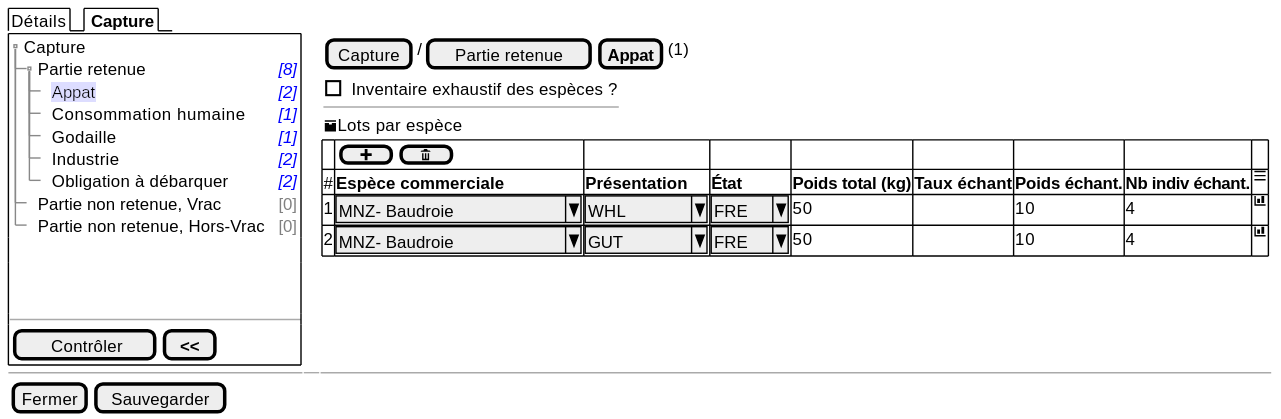
Earlier version of the PlantUML export projects/obsmer/spe/images/batch/batch-tree-PR-BAI.svg (sumaris-net/sumaris-doc).
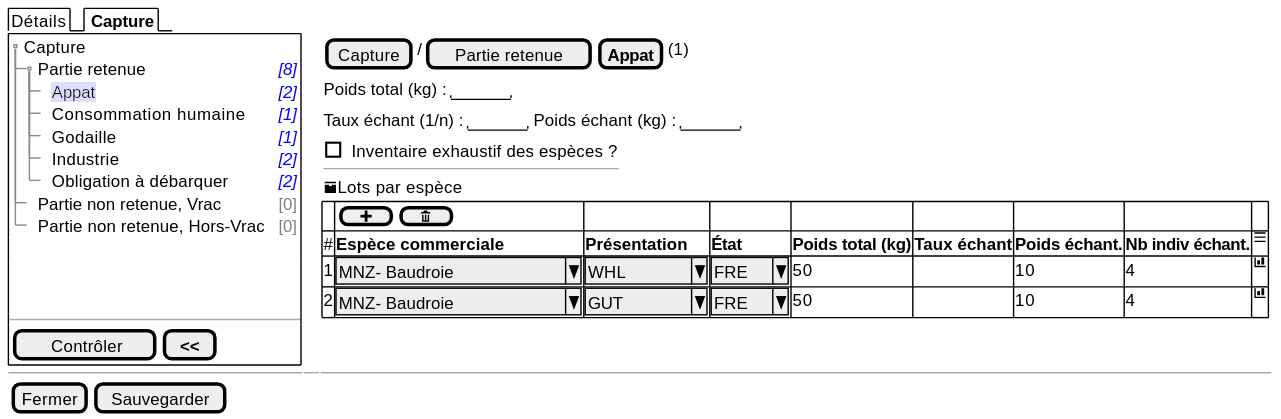
Later version of the same file.

Diff of the diagram source:
```diff
@@ -23,7 +23,9 @@
   } | . | {
     { [Capture] | / | [Partie retenue] | [<b>Appat]|(1) }
 
+    {Poids total (kg) : | "     " }
 
+    {Taux échant (1/n) : | "     " | Poids échant (kg) : | "     " }
 
     { [ ] Inventaire exhaustif des espèces ?
     ---
```
